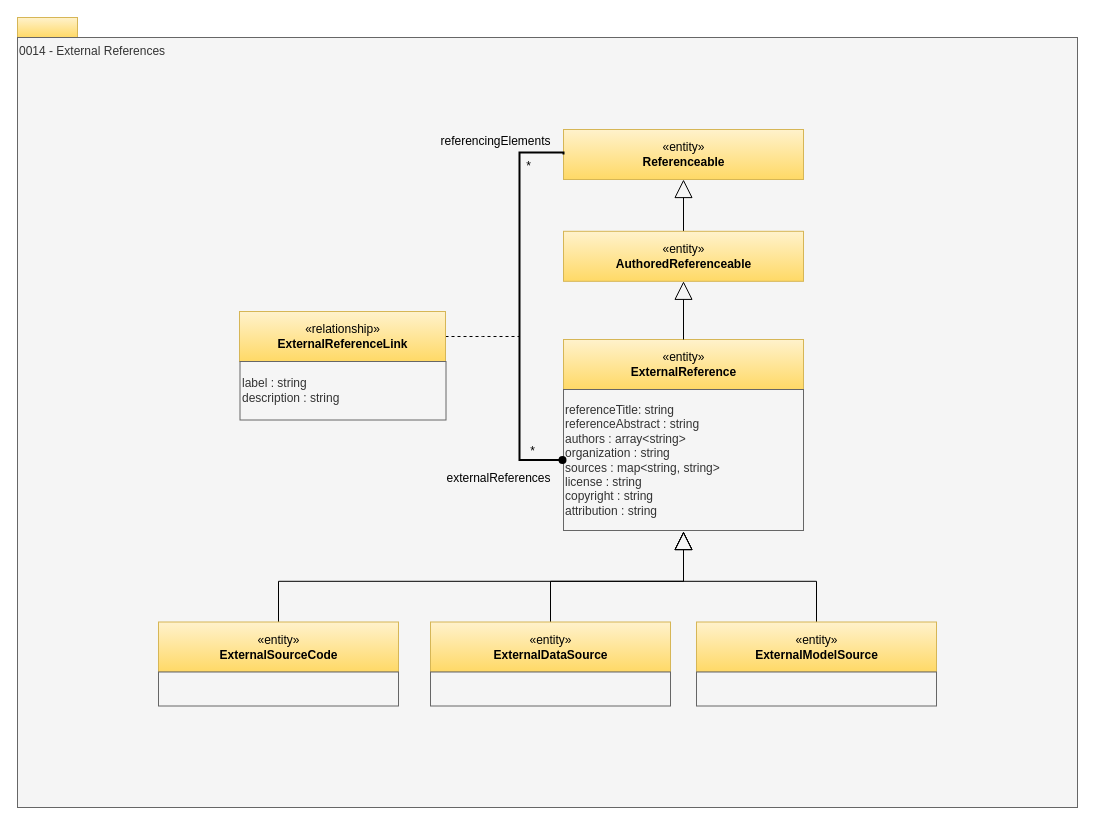
Earlier version of the draw.io diagram page "0014-External-References" (9 of 33) of site/docs/types/0/area-0-basic-types-and-infrastructure.drawio (odpi/egeria-docs). Source tidied: cells renumbered, new cells numbered last; positions are measured from the earlier drawing's top-left corner, leaving out a move shared by most shapes. Both pictures are drawn from the tidied source at 100%, with x=0, y=0 at pixel (17, 17).
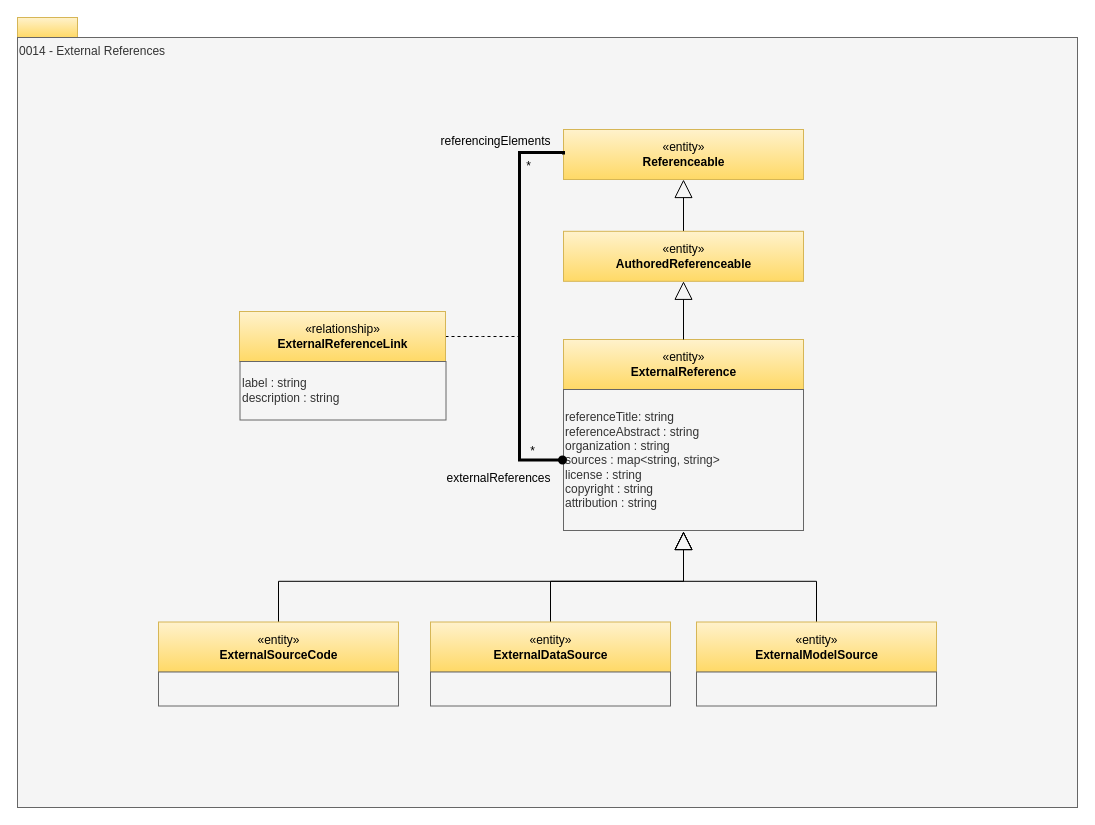
The same diagram, later.

Unchanged cells that the change refers to:
```xml
<mxCell id="4" value="«entity»&lt;br&gt;&lt;b&gt;Referenceable&lt;/b&gt;" style="html=1;strokeColor=#d6b656;align=center;fillColor=#fff2cc;gradientColor=#ffd966;" parent="1" vertex="1">
  <mxGeometry x="546" y="112" width="240" height="50" as="geometry" />
</mxCell>
```

The edit, as a diff of the source:
```diff
@@
-    <mxCell id="10" value="&lt;div&gt;referenceTitle: string&lt;br&gt;referenceAbstract : string&lt;br&gt;authors : array&amp;lt;string&amp;gt;&lt;div&gt;organization : string&lt;/div&gt;&lt;div&gt;sources : map&amp;lt;string, string&amp;gt;&lt;br&gt;license : string&lt;br&gt;copyright : string&lt;br&gt;attribution : string&lt;div style=&quot;text-align: left&quot;&gt;&lt;/div&gt;&lt;/div&gt;&lt;/div&gt;" style="rounded=0;whiteSpace=wrap;html=1;strokeColor=#666666;align=left;perimeterSpacing=1;fillColor=#f5f5f5;fontColor=#333333;" parent="1" vertex="1">
+    <mxCell id="10" value="&lt;div&gt;referenceTitle: string&lt;br&gt;referenceAbstract : string&lt;br&gt;&lt;div&gt;organization : string&lt;/div&gt;&lt;div&gt;sources : map&amp;lt;string, string&amp;gt;&lt;br&gt;license : string&lt;br&gt;copyright : string&lt;br&gt;attribution : string&lt;div style=&quot;text-align: left&quot;&gt;&lt;/div&gt;&lt;/div&gt;&lt;/div&gt;" style="rounded=0;whiteSpace=wrap;html=1;strokeColor=#666666;align=left;perimeterSpacing=1;fillColor=#f5f5f5;fontColor=#333333;" parent="1" vertex="1">
       <mxGeometry x="546" y="372" width="240" height="141" as="geometry" />
     </mxCell>
@@
-    <mxCell id="18" style="edgeStyle=orthogonalEdgeStyle;rounded=0;html=1;exitX=0;exitY=0.5;entryX=0;entryY=0.5;endArrow=none;endFill=0;jettySize=auto;startArrow=oval;startFill=1;strokeWidth=2;exitDx=0;exitDy=0;" parent="1" edge="1" source="10" target="4">
+    <mxCell id="18" style="edgeStyle=orthogonalEdgeStyle;rounded=0;html=1;exitX=0;exitY=0.5;entryX=0;entryY=0.5;endArrow=none;endFill=0;jettySize=auto;startArrow=oval;startFill=1;strokeWidth=3;exitDx=0;exitDy=0;" parent="1" edge="1" source="10" target="4">
       <mxGeometry relative="1" as="geometry">
         <Array as="points">
           <mxPoint x="502" y="443" />
           <mxPoint x="502" y="135" />
           <mxPoint x="546" y="135" />
         </Array>
       </mxGeometry>
     </mxCell>
```
